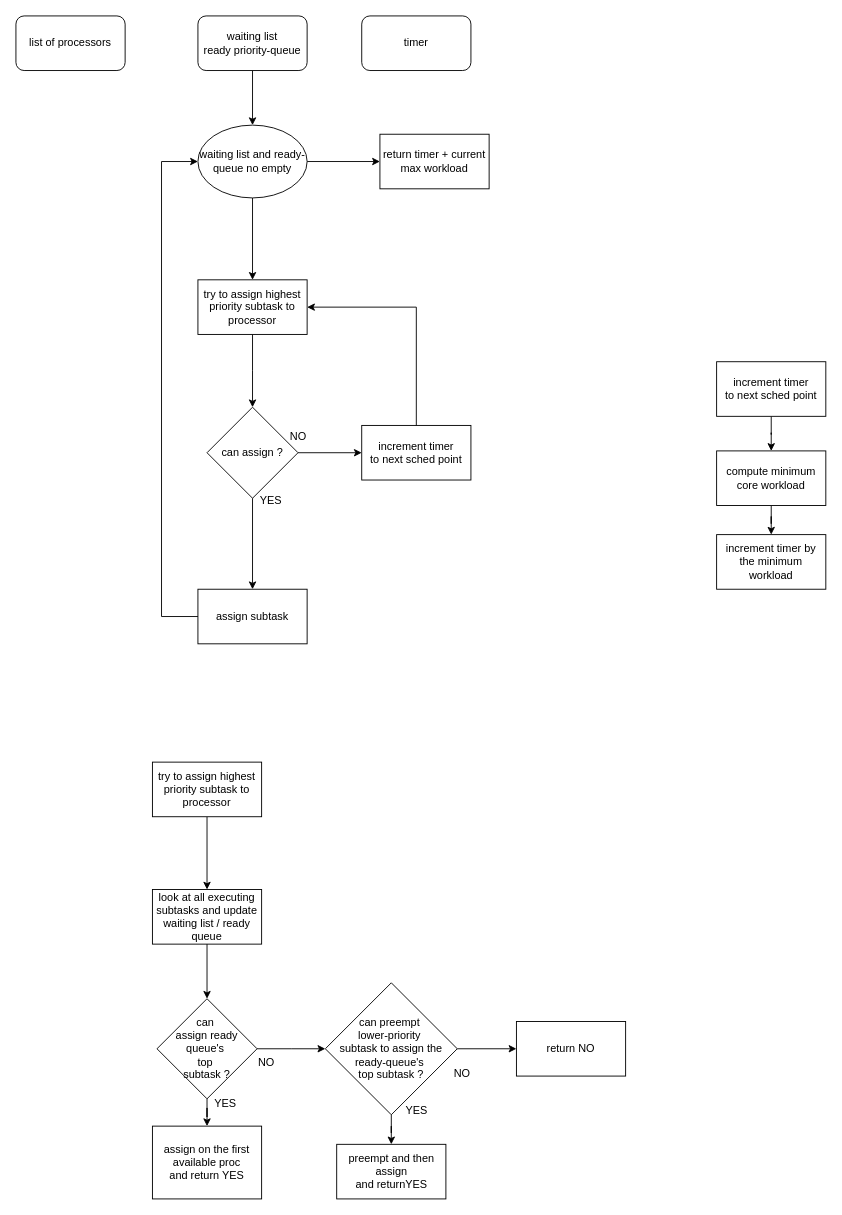
FelicienFG/research-project-AUT keeps this draw.io diagram as code/ml_model/makespan_computation_algorithm.drawio. Above is the earlier version. Source tidied: cells renumbered, new cells numbered last; positions are measured from the earlier drawing's top-left corner, leaving out a move shared by most shapes. Both pictures are drawn from the tidied source at 91%, with x=0, y=0 at pixel (15, 15).
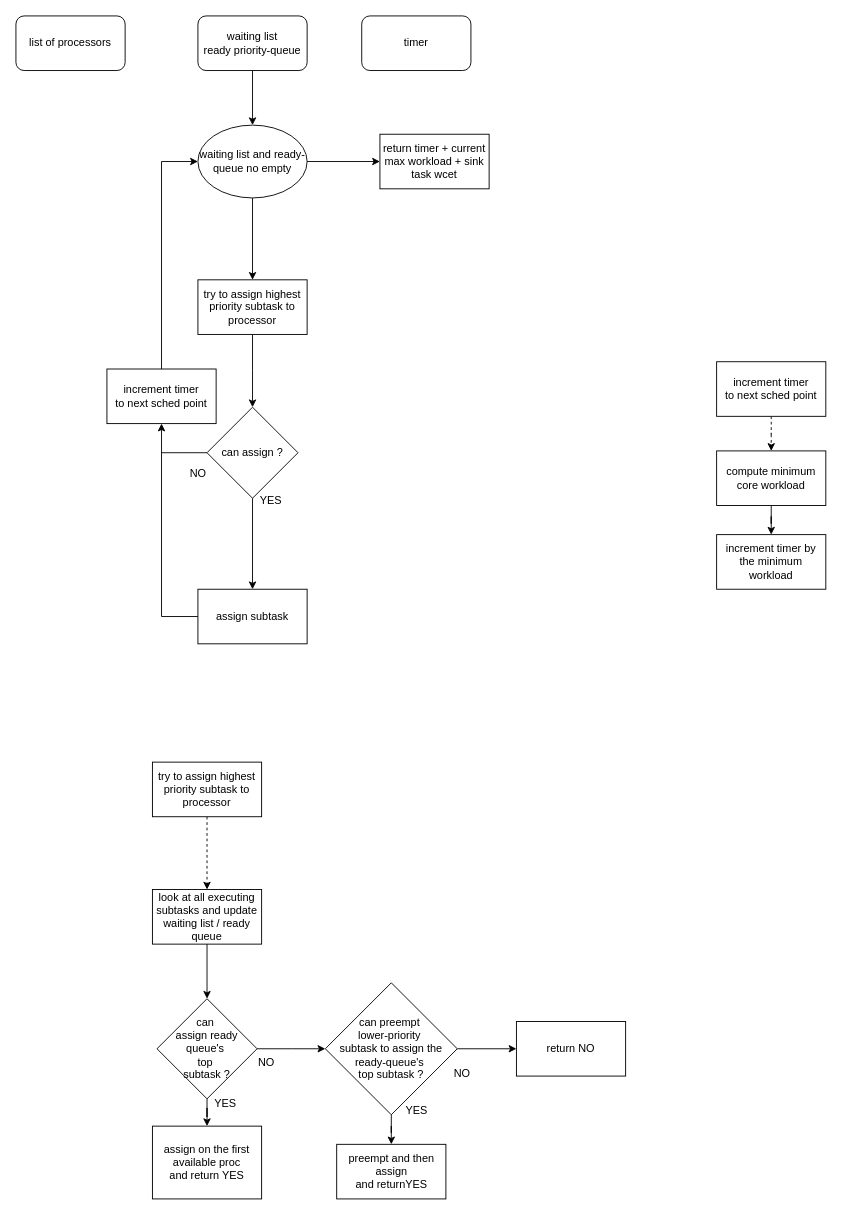
Above is the later version.

The change refers to these unchanged cells:
```xml
<mxCell id="4" value="waiting list and ready-queue no empty" style="ellipse;whiteSpace=wrap;html=1;" parent="1" vertex="1">
  <mxGeometry x="200" y="120" width="120" height="80" as="geometry" />
</mxCell>
<mxCell id="9" value="try to assign highest priority subtask to processor " style="whiteSpace=wrap;html=1;" parent="1" vertex="1">
  <mxGeometry x="200" y="290" width="120" height="60" as="geometry" />
</mxCell>
<mxCell id="12" value="can assign ?" style="rhombus;whiteSpace=wrap;html=1;" parent="1" vertex="1">
  <mxGeometry x="210" y="430" width="100" height="100" as="geometry" />
</mxCell>
<mxCell id="18" value="assign subtask" style="whiteSpace=wrap;html=1;" parent="1" vertex="1">
  <mxGeometry x="200" y="630" width="120" height="60" as="geometry" />
</mxCell>
<mxCell id="22" value="try to assign highest priority subtask to processor " style="whiteSpace=wrap;html=1;" parent="1" vertex="1">
  <mxGeometry x="150" y="820" width="120" height="60" as="geometry" />
</mxCell>
<mxCell id="24" value="look at all executing subtasks and update waiting list / ready queue" style="whiteSpace=wrap;html=1;" parent="1" vertex="1">
  <mxGeometry x="150" y="960" width="120" height="60" as="geometry" />
</mxCell>
<mxCell id="39" value="&lt;div&gt;increment timer&lt;/div&gt;&lt;div&gt;to next sched point&lt;br&gt;&lt;/div&gt;" style="whiteSpace=wrap;html=1;" parent="1" vertex="1">
  <mxGeometry x="770" y="380" width="120" height="60" as="geometry" />
</mxCell>
<mxCell id="41" value="compute minimum core workload " style="whiteSpace=wrap;html=1;" parent="1" vertex="1">
  <mxGeometry x="770" y="478" width="120" height="60" as="geometry" />
</mxCell>
```

Change to the diagram source:
```diff
@@
-    <mxCell id="10" style="edgeStyle=orthogonalEdgeStyle;rounded=0;jettySize=auto;html=1;" parent="1" edge="1" source="12" target="13">
-      <mxGeometry relative="1" as="geometry" />
-    </mxCell>
@@
-    <mxCell id="13" value="&lt;div&gt;increment timer&lt;/div&gt;&lt;div&gt;to next sched point&lt;br&gt;&lt;/div&gt;" style="whiteSpace=wrap;html=1;" parent="1" vertex="1">
-      <mxGeometry x="380" y="450" width="120" height="60" as="geometry" />
-    </mxCell>
@@
-    <mxCell id="15" style="endArrow=classic;html=1;rounded=0;exitX=0.5;exitY=0;exitDx=0;exitDy=0;entryX=1;entryY=0.5;entryDx=0;entryDy=0;" parent="1" edge="1" source="13" target="9">
-      <mxGeometry relative="1" as="geometry">
-        <Array as="points">
-          <mxPoint x="440" y="320" />
-        </Array>
-      </mxGeometry>
-    </mxCell>
     <mxCell id="16" value="NO" style="text;html=1;align=center;verticalAlign=middle;strokeColor=none;fillColor=none;" parent="1" vertex="1">
-      <mxGeometry x="290" y="448" width="40" height="30" as="geometry" />
+      <mxGeometry x="180" y="488" width="40" height="30" as="geometry" />
     </mxCell>
@@
-    <mxCell id="19" style="endArrow=classic;html=1;rounded=0;exitX=0;exitY=0.5;exitDx=0;exitDy=0;entryX=0;entryY=0.5;entryDx=0;entryDy=0;" parent="1" edge="1" source="18" target="4">
+    <mxCell id="19" style="endArrow=classic;html=1;rounded=0;exitX=0.5;exitY=0;exitDx=0;exitDy=0;entryX=0;entryY=0.5;entryDx=0;entryDy=0;" parent="1" edge="1" source="13" target="4">
       <mxGeometry relative="1" as="geometry">
         <Array as="points">
-          <mxPoint x="160" y="660" />
           <mxPoint x="160" y="160" />
         </Array>
       </mxGeometry>
     </mxCell>
-    <mxCell id="20" value="return timer + current max workload" style="whiteSpace=wrap;html=1;" parent="1" vertex="1">
+    <mxCell id="20" value="return timer + current max workload + sink task wcet" style="whiteSpace=wrap;html=1;" parent="1" vertex="1">
       <mxGeometry x="400" y="130" width="120" height="60" as="geometry" />
     </mxCell>
-    <mxCell id="21" style="edgeStyle=orthogonalEdgeStyle;rounded=0;jettySize=auto;html=1;" parent="1" edge="1" source="22" target="24">
+    <mxCell id="21" style="edgeStyle=orthogonalEdgeStyle;rounded=0;jettySize=auto;html=1;dashed=1;" parent="1" edge="1" source="22" target="24">
       <mxGeometry relative="1" as="geometry" />
     </mxCell>
@@
-    <mxCell id="38" style="edgeStyle=orthogonalEdgeStyle;rounded=0;jettySize=auto;html=1;" parent="1" edge="1" source="39" target="41">
+    <mxCell id="38" style="edgeStyle=orthogonalEdgeStyle;rounded=0;jettySize=auto;html=1;dashed=1;" parent="1" edge="1" source="39" target="41">
       <mxGeometry relative="1" as="geometry" />
     </mxCell>
@@
+    <mxCell id="43" style="endArrow=classic;html=1;rounded=0;exitX=0;exitY=0.5;exitDx=0;exitDy=0;entryX=0.5;entryY=1;entryDx=0;entryDy=0;" parent="1" edge="1" source="18" target="13">
+      <mxGeometry relative="1" as="geometry">
+        <Array as="points">
+          <mxPoint x="160" y="660" />
+        </Array>
+      </mxGeometry>
+    </mxCell>
+    <mxCell id="13" value="&lt;div&gt;increment timer&lt;/div&gt;&lt;div&gt;to next sched point&lt;br&gt;&lt;/div&gt;" style="whiteSpace=wrap;html=1;" parent="1" vertex="1">
+      <mxGeometry x="100" y="388" width="120" height="60" as="geometry" />
+    </mxCell>
+    <mxCell id="44" style="endArrow=none;html=1;rounded=0;entryX=0;entryY=0.5;entryDx=0;entryDy=0;" parent="1" edge="1" target="12">
+      <mxGeometry relative="1" as="geometry">
+        <mxPoint x="160" y="480" as="sourcePoint" />
+      </mxGeometry>
+    </mxCell>
```
